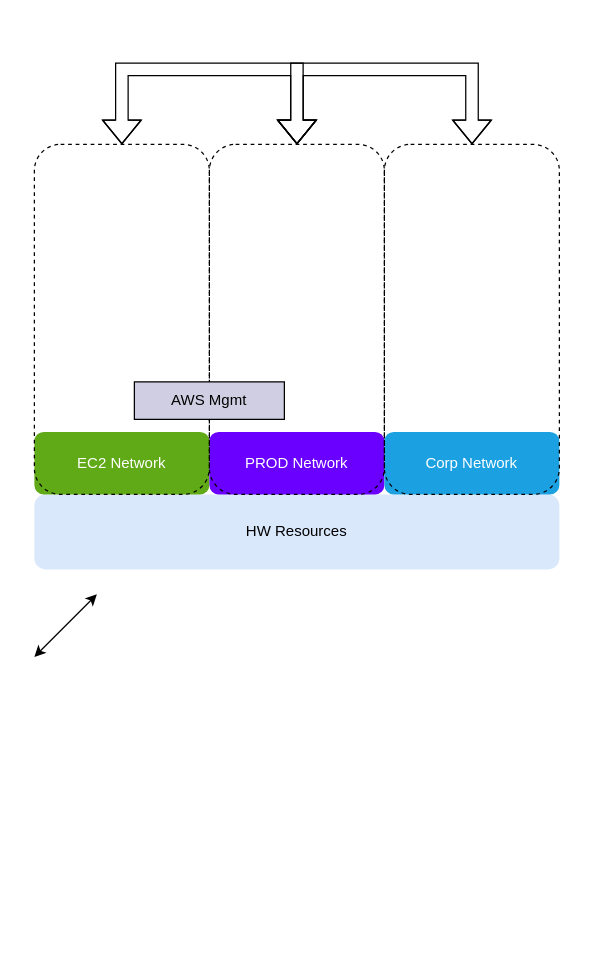
Above: amazon hw resources.drawio in sugchand/drawio (draw.io), before the change. Source tidied: cells renumbered, new cells numbered last; positions are measured from the earlier drawing's top-left corner, leaving out a move shared by most shapes. Both pictures are drawn from the tidied source at 125%, with x=0, y=0 at pixel (34, 69).
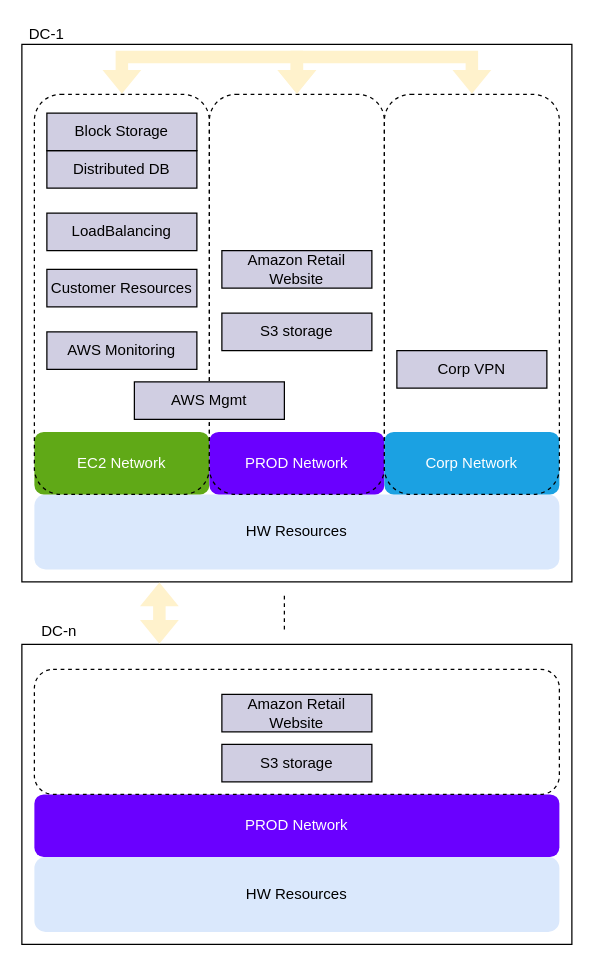
Above is the later version.

The edit, as a diff of the source:
```diff
@@
+    <mxCell id="13" style="endArrow=none;dashed=1;html=1;" parent="1" edge="1">
+      <mxGeometry relative="1" as="geometry">
+        <mxPoint x="200" y="448" as="sourcePoint" />
+        <mxPoint x="200" y="418" as="targetPoint" />
+      </mxGeometry>
+    </mxCell>
+    <mxCell id="14" value="HW Resources" style="rounded=1;whiteSpace=wrap;html=1;fillColor=#dae8fc;strokeColor=none;" parent="1" vertex="1">
+      <mxGeometry y="630" width="420" height="60" as="geometry" />
+    </mxCell>
+    <mxCell id="15" value="PROD Network" style="rounded=1;whiteSpace=wrap;html=1;fillColor=#6a00ff;strokeColor=none;fontColor=#ffffff;" parent="1" vertex="1">
+      <mxGeometry y="580" width="420" height="50" as="geometry" />
+    </mxCell>
+    <mxCell id="16" style="rounded=1;whiteSpace=wrap;html=1;fillColor=none;strokeColor=#000000;fontColor=#ffffff;dashed=1;" parent="1" vertex="1">
+      <mxGeometry y="480" width="420" height="100" as="geometry" />
+    </mxCell>
+    <mxCell id="17" value="S3 storage" style="rounded=0;whiteSpace=wrap;html=1;strokeColor=#000000;fillColor=#d0cee2;" parent="1" vertex="1">
+      <mxGeometry x="150" y="540" width="120" height="30" as="geometry" />
+    </mxCell>
+    <mxCell id="18" value="Amazon Retail Website" style="rounded=0;whiteSpace=wrap;html=1;strokeColor=#000000;fillColor=#d0cee2;" parent="1" vertex="1">
+      <mxGeometry x="150" y="500" width="120" height="30" as="geometry" />
+    </mxCell>
+    <mxCell id="19" style="rounded=0;whiteSpace=wrap;html=1;strokeColor=#000000;fillColor=none;" parent="1" vertex="1">
+      <mxGeometry x="-10" y="460" width="440" height="240" as="geometry" />
+    </mxCell>
+    <mxCell id="20" value="DC-n" style="text;html=1;strokeColor=none;fillColor=none;align=center;verticalAlign=middle;whiteSpace=wrap;rounded=0;" parent="1" vertex="1">
+      <mxGeometry y="440" width="40" height="20" as="geometry" />
+    </mxCell>
+    <mxCell id="21" style="rounded=0;whiteSpace=wrap;html=1;strokeColor=#000000;fillColor=none;" parent="1" vertex="1">
+      <mxGeometry x="-10" y="-20" width="440" height="430" as="geometry" />
+    </mxCell>
@@
     <mxCell id="6" style="rounded=1;whiteSpace=wrap;html=1;fillColor=none;strokeColor=#000000;fontColor=#ffffff;dashed=1;" parent="1" vertex="1">
-      <mxGeometry x="140" y="60" width="140" height="280" as="geometry" />
+      <mxGeometry x="140" y="20" width="140" height="320" as="geometry" />
     </mxCell>
     <mxCell id="7" style="rounded=1;whiteSpace=wrap;html=1;fillColor=none;strokeColor=#000000;fontColor=#ffffff;dashed=1;" parent="1" vertex="1">
-      <mxGeometry x="280" y="60" width="140" height="280" as="geometry" />
+      <mxGeometry x="280" y="20" width="140" height="320" as="geometry" />
     </mxCell>
-    <mxCell id="8" style="edgeStyle=orthogonalEdgeStyle;rounded=0;jettySize=auto;html=1;exitX=0.5;exitY=0;exitDx=0;exitDy=0;entryX=0.5;entryY=0;entryDx=0;entryDy=0;shape=flexArrow;startArrow=block;" parent="1" edge="1" source="9" target="6">
+    <mxCell id="8" style="edgeStyle=orthogonalEdgeStyle;rounded=0;jettySize=auto;html=1;exitX=0.5;exitY=0;exitDx=0;exitDy=0;entryX=0.5;entryY=0;entryDx=0;entryDy=0;shape=flexArrow;startArrow=block;fillColor=#fff2cc;strokeColor=none;" parent="1" edge="1" source="9" target="6">
       <mxGeometry relative="1" as="geometry">
         <Array as="points">
-          <mxPoint x="70" />
-          <mxPoint x="210" />
+          <mxPoint x="70" y="-10" />
+          <mxPoint x="210" y="-10" />
         </Array>
       </mxGeometry>
     </mxCell>
     <mxCell id="9" style="rounded=1;whiteSpace=wrap;html=1;fillColor=none;strokeColor=#000000;fontColor=#ffffff;dashed=1;" parent="1" vertex="1">
-      <mxGeometry y="60" width="140" height="280" as="geometry" />
+      <mxGeometry y="20" width="140" height="320" as="geometry" />
     </mxCell>
@@
-    <mxCell id="11" style="endArrow=classic;startArrow=classic;html=1;" parent="1" edge="1">
-      <mxGeometry relative="1" as="geometry">
-        <mxPoint y="470" as="sourcePoint" />
-        <mxPoint x="50" y="420" as="targetPoint" />
-      </mxGeometry>
-    </mxCell>
-    <mxCell id="12" style="edgeStyle=orthogonalEdgeStyle;rounded=0;orthogonalLoop=1;jettySize=auto;html=1;exitX=0.5;exitY=0;exitDx=0;exitDy=0;entryX=0.5;entryY=0;entryDx=0;entryDy=0;shape=flexArrow;startArrow=block;" parent="1" edge="1">
+    <mxCell id="12" style="edgeStyle=orthogonalEdgeStyle;rounded=0;jettySize=auto;html=1;entryX=0.5;entryY=0;entryDx=0;entryDy=0;shape=flexArrow;startArrow=block;fillColor=#fff2cc;strokeColor=none;exitX=0.5;exitY=0;exitDx=0;exitDy=0;" parent="1" edge="1" source="6" target="7">
       <mxGeometry relative="1" as="geometry">
-        <mxPoint x="210.1" y="60" as="sourcePoint" />
-        <mxPoint x="350.1" y="60" as="targetPoint" />
         <Array as="points">
-          <mxPoint x="210" />
-          <mxPoint x="350" />
+          <mxPoint x="210" y="-10" />
+          <mxPoint x="350" y="-10" />
         </Array>
       </mxGeometry>
     </mxCell>
+    <mxCell id="22" value="AWS Monitoring" style="rounded=0;whiteSpace=wrap;html=1;strokeColor=#000000;fillColor=#d0cee2;" parent="1" vertex="1">
+      <mxGeometry x="10" y="210" width="120" height="30" as="geometry" />
+    </mxCell>
+    <mxCell id="23" value="Customer Resources" style="rounded=0;whiteSpace=wrap;html=1;strokeColor=#000000;fillColor=#d0cee2;" parent="1" vertex="1">
+      <mxGeometry x="10" y="160" width="120" height="30" as="geometry" />
+    </mxCell>
+    <mxCell id="24" value="S3 storage" style="rounded=0;whiteSpace=wrap;html=1;strokeColor=#000000;fillColor=#d0cee2;" parent="1" vertex="1">
+      <mxGeometry x="150" y="195" width="120" height="30" as="geometry" />
+    </mxCell>
+    <mxCell id="25" value="Distributed DB" style="rounded=0;whiteSpace=wrap;html=1;strokeColor=#000000;fillColor=#d0cee2;" parent="1" vertex="1">
+      <mxGeometry x="10" y="65" width="120" height="30" as="geometry" />
+    </mxCell>
+    <mxCell id="26" value="Amazon Retail Website" style="rounded=0;whiteSpace=wrap;html=1;strokeColor=#000000;fillColor=#d0cee2;" parent="1" vertex="1">
+      <mxGeometry x="150" y="145" width="120" height="30" as="geometry" />
+    </mxCell>
+    <mxCell id="27" value="Corp VPN" style="rounded=0;whiteSpace=wrap;html=1;strokeColor=#000000;fillColor=#d0cee2;" parent="1" vertex="1">
+      <mxGeometry x="290" y="225" width="120" height="30" as="geometry" />
+    </mxCell>
+    <mxCell id="28" value="LoadBalancing" style="rounded=0;whiteSpace=wrap;html=1;strokeColor=#000000;fillColor=#d0cee2;" parent="1" vertex="1">
+      <mxGeometry x="10" y="115" width="120" height="30" as="geometry" />
+    </mxCell>
+    <mxCell id="29" value="Block Storage" style="rounded=0;whiteSpace=wrap;html=1;strokeColor=#000000;fillColor=#d0cee2;" parent="1" vertex="1">
+      <mxGeometry x="10" y="35" width="120" height="30" as="geometry" />
+    </mxCell>
+    <mxCell id="30" value="DC-1" style="text;html=1;strokeColor=none;fillColor=none;align=center;verticalAlign=middle;whiteSpace=wrap;rounded=0;" parent="1" vertex="1">
+      <mxGeometry x="-10" y="-38" width="40" height="20" as="geometry" />
+    </mxCell>
+    <mxCell id="31" style="rounded=0;jettySize=auto;html=1;exitX=0.25;exitY=0;exitDx=0;exitDy=0;entryX=0.25;entryY=1;entryDx=0;entryDy=0;shape=flexArrow;startArrow=block;fillColor=#fff2cc;strokeColor=none;" parent="1" edge="1" source="19" target="21">
+      <mxGeometry relative="1" as="geometry" />
+    </mxCell>
```
